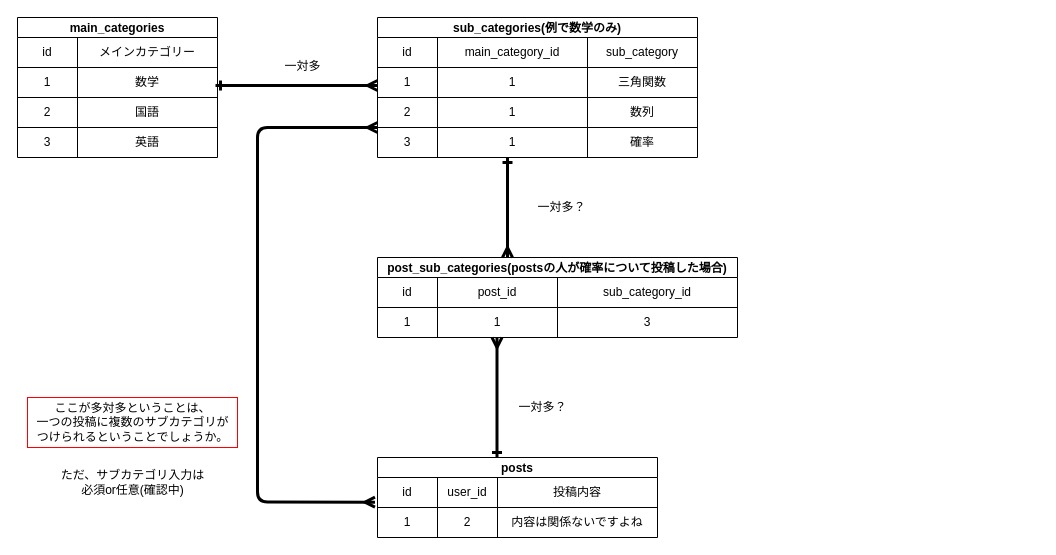
The draw.io diagram compass.dio in I-Kouta/compass, before the edit. Source tidied: cells renumbered, new cells numbered last; positions are measured from the earlier drawing's top-left corner, leaving out a move shared by most shapes. Both pictures are drawn from the tidied source at 100%, with x=0, y=0 at pixel (17, 17).
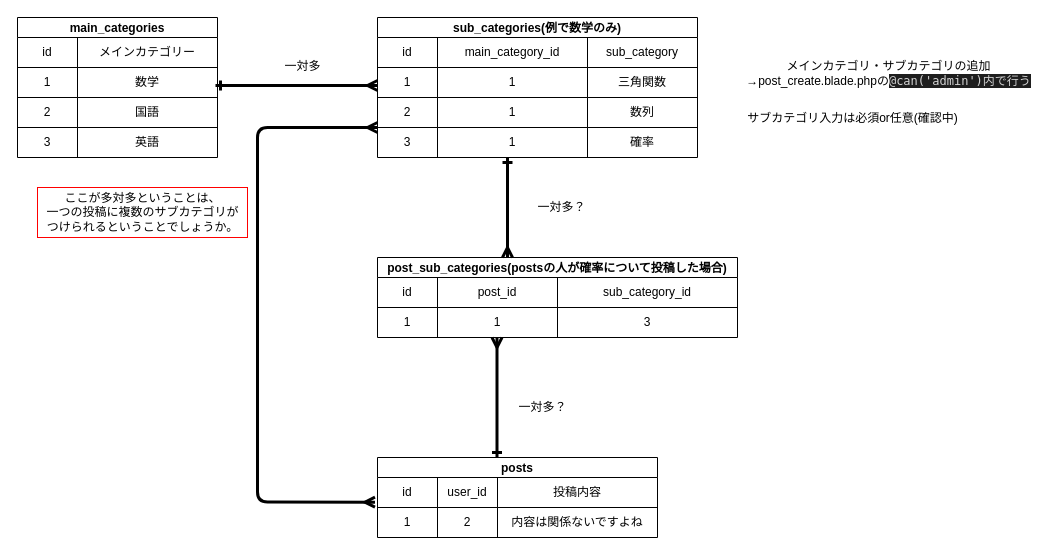
The same page after the edit.

Commit message:
ER図に記述追加しました

The edit, as a diff of the source:
```diff
@@
-    <mxCell id="2" value="ただ、サブカテゴリ入力は&lt;br&gt;必須or任意(確認中)" style="text;html=1;align=center;verticalAlign=middle;strokeColor=#FFFFFF;fillColor=none;shadow=0;" parent="1" vertex="1">
-      <mxGeometry x="35" y="450" width="160" height="30" as="geometry" />
+    <mxCell id="2" value="サブカテゴリ入力は必須or任意(確認中)" style="text;html=1;align=center;verticalAlign=middle;strokeColor=#FFFFFF;fillColor=none;shadow=0;" parent="1" vertex="1">
+      <mxGeometry x="720" y="91" width="230" height="20" as="geometry" />
     </mxCell>
@@
     <mxCell id="58" value="ここが多対多ということは、&lt;br&gt;一つの投稿に複数のサブカテゴリが&lt;br&gt;つけられるということでしょうか。" style="text;html=1;align=center;verticalAlign=middle;strokeColor=#FF0000;fillColor=none;shadow=0;" parent="1" vertex="1">
-      <mxGeometry x="10" y="380" width="210" height="50" as="geometry" />
+      <mxGeometry x="20" y="170" width="210" height="50" as="geometry" />
     </mxCell>
+    <mxCell id="59" value="&lt;font style=&quot;font-size: 12px&quot;&gt;メインカテゴリ・サブカテゴリの追加&lt;br&gt;→post_create.blade.phpの&lt;/font&gt;&lt;span style=&quot;background-color: rgb(30 , 30 , 30) ; color: rgb(212 , 212 , 212) ; font-family: &amp;#34;menlo&amp;#34; , &amp;#34;monaco&amp;#34; , &amp;#34;courier new&amp;#34; , monospace&quot;&gt;&lt;font style=&quot;font-size: 12px&quot;&gt;@can('admin')内で行う&lt;/font&gt;&lt;br&gt;&lt;/span&gt;" style="text;html=1;align=center;verticalAlign=middle;strokeColor=#FFFFFF;fillColor=none;shadow=0;" parent="1" vertex="1">
+      <mxGeometry x="721" y="41" width="300" height="30" as="geometry" />
+    </mxCell>
```
